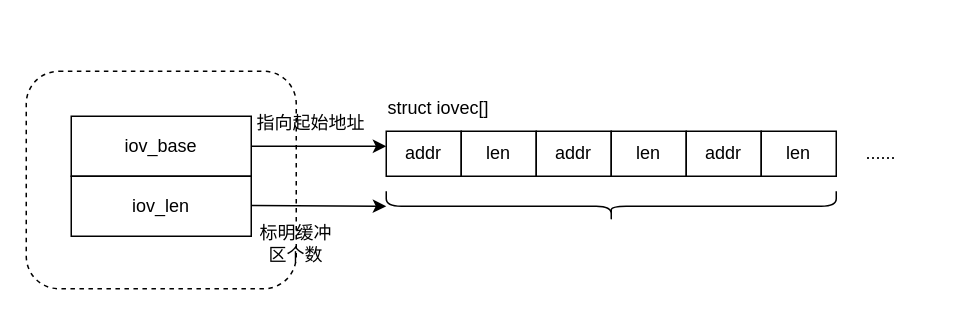
This is page "第 5 页" (5 of 7) of test1.drawio from jdmfr/dormouse, a draw.io file, before an edit. Source tidied: cells renumbered, new cells numbered last; positions are measured from the earlier drawing's top-left corner, leaving out a move shared by most shapes. Both pictures are drawn from the tidied source at 150%, with x=0, y=0 at pixel (26, -20).
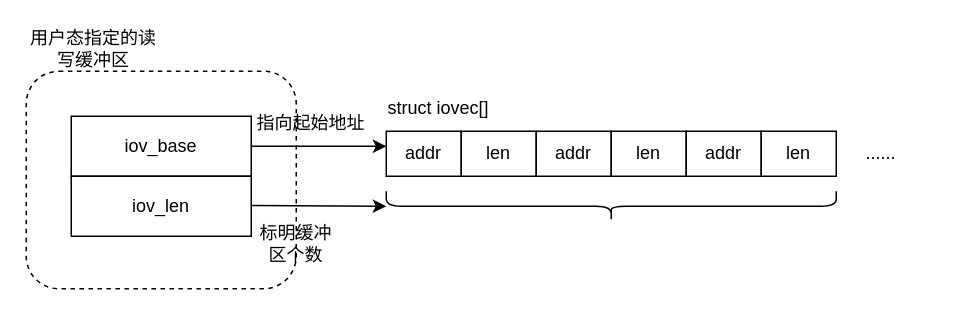
Above is the later version.

Change to the diagram source:
```diff
@@
+    <mxCell id="18" value="用户态指定的读写缓冲区" style="text;html=1;align=center;verticalAlign=middle;whiteSpace=wrap;rounded=0;" parent="1" vertex="1">
+      <mxGeometry y="30" width="90" height="30" as="geometry" />
+    </mxCell>
```
